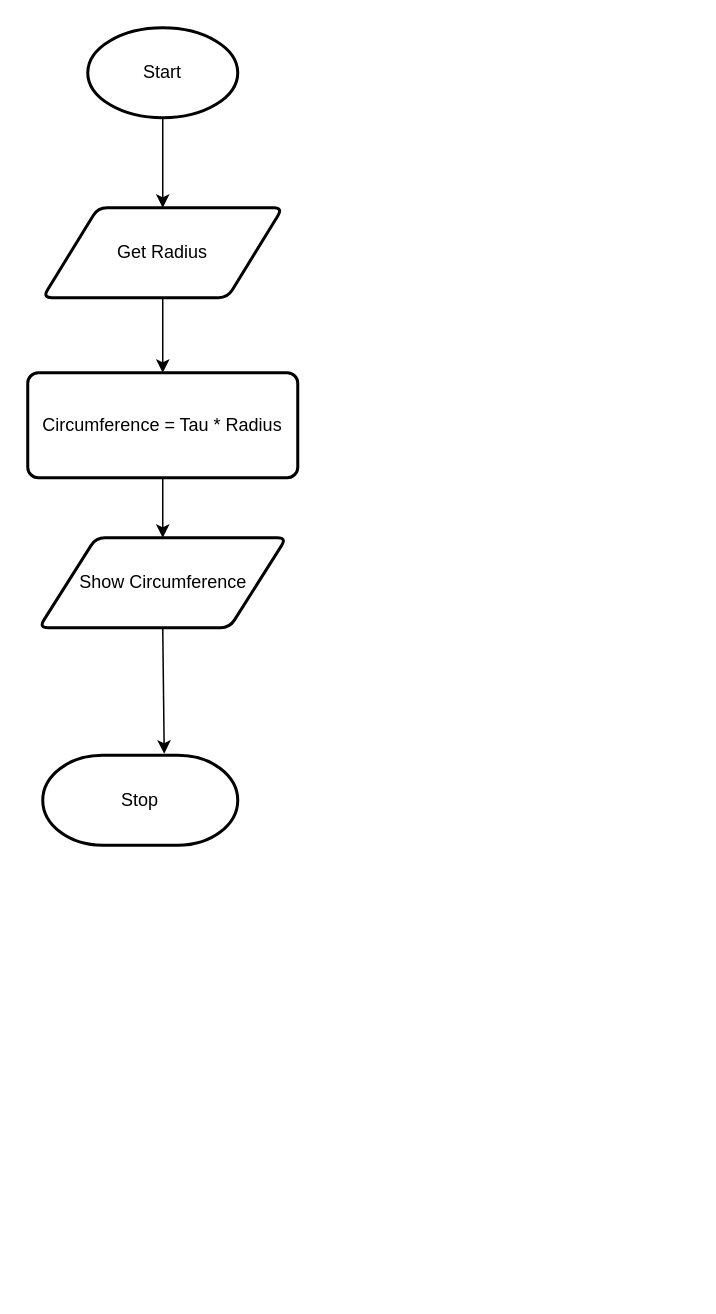
Ethan-Prieur1/ICS3U-Unit3-02-Python keeps this draw.io diagram as flowchart.drawio. Above is the earlier version. Source tidied: cells renumbered, new cells numbered last; positions are measured from the earlier drawing's top-left corner, leaving out a move shared by most shapes. Both pictures are drawn from the tidied source at 150%, with x=0, y=0 at pixel (27, 27).
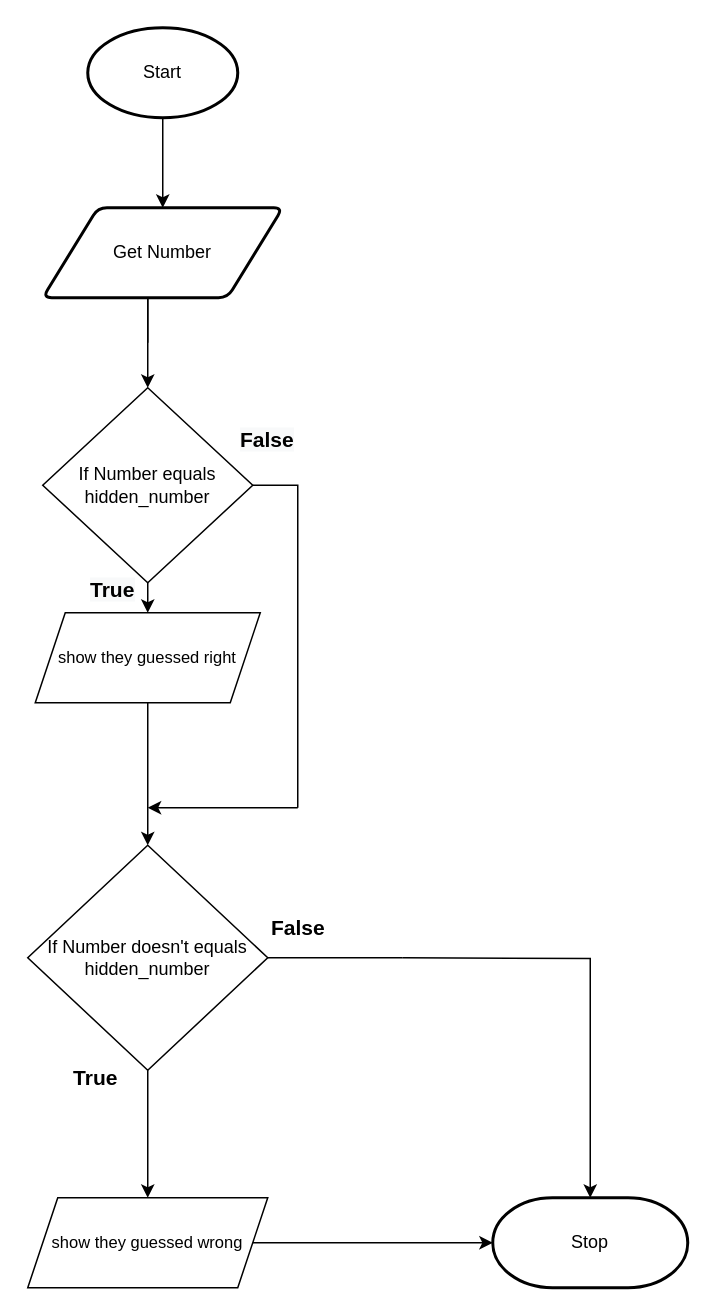
Above is the later version.

Diff of the diagram source:
```diff
@@
-    <mxCell id="4" style="edgeStyle=none;html=1;exitX=0.5;exitY=1;exitDx=0;exitDy=0;entryX=0.5;entryY=0;entryDx=0;entryDy=0;" parent="1" edge="1" source="5" target="7">
-      <mxGeometry relative="1" as="geometry" />
-    </mxCell>
-    <mxCell id="5" value="Get Radius" style="shape=parallelogram;html=1;strokeWidth=2;perimeter=parallelogramPerimeter;whiteSpace=wrap;rounded=1;arcSize=12;size=0.23;" parent="1" vertex="1">
+    <mxCell id="5" value="Get Number" style="shape=parallelogram;html=1;strokeWidth=2;perimeter=parallelogramPerimeter;whiteSpace=wrap;rounded=1;arcSize=12;size=0.23;" parent="1" vertex="1">
       <mxGeometry x="10" y="120" width="160" height="60" as="geometry" />
     </mxCell>
-    <mxCell id="6" style="edgeStyle=none;html=1;exitX=0.5;exitY=1;exitDx=0;exitDy=0;entryX=0.5;entryY=0;entryDx=0;entryDy=0;" parent="1" edge="1" source="7" target="9">
-      <mxGeometry relative="1" as="geometry" />
-    </mxCell>
-    <mxCell id="7" value="Circumference = Tau * Radius" style="rounded=1;whiteSpace=wrap;html=1;absoluteArcSize=1;arcSize=14;strokeWidth=2;" parent="1" vertex="1">
-      <mxGeometry y="230" width="180" height="70" as="geometry" />
-    </mxCell>
+    <mxCell id="10" value="Stop" style="strokeWidth=2;html=1;shape=mxgraph.flowchart.terminator;whiteSpace=wrap;" parent="1" vertex="1">
+      <mxGeometry x="310" y="780" width="130" height="60" as="geometry" />
+    </mxCell>
-    <mxCell id="8" style="edgeStyle=none;html=1;exitX=0.5;exitY=1;exitDx=0;exitDy=0;entryX=0.623;entryY=-0.017;entryDx=0;entryDy=0;entryPerimeter=0;" parent="1" edge="1" source="9" target="10">
-      <mxGeometry relative="1" as="geometry" />
+    <mxCell id="8" value="If Number equals hidden_number" style="rhombus;whiteSpace=wrap;html=1;" parent="1" vertex="1">
+      <mxGeometry x="10" y="240" width="140" height="130" as="geometry" />
     </mxCell>
-    <mxCell id="9" value="Show Circumference" style="shape=parallelogram;html=1;strokeWidth=2;perimeter=parallelogramPerimeter;whiteSpace=wrap;rounded=1;arcSize=12;size=0.23;" parent="1" vertex="1">
-      <mxGeometry x="7.5" y="340" width="165" height="60" as="geometry" />
-    </mxCell>
-    <mxCell id="10" value="Stop" style="strokeWidth=2;html=1;shape=mxgraph.flowchart.terminator;whiteSpace=wrap;" parent="1" vertex="1">
-      <mxGeometry x="10" y="485" width="130" height="60" as="geometry" />
-    </mxCell>
+    <mxCell id="11" style="edgeStyle=none;rounded=1;html=1;labelBackgroundColor=default;fontFamily=Helvetica;fontSize=11;fontColor=default;endArrow=classic;strokeColor=default;elbow=vertical;" parent="1" edge="1" source="12" target="18">
+      <mxGeometry relative="1" as="geometry" />
+    </mxCell>
+    <mxCell id="12" value="If Number doesn't equals hidden_number" style="rhombus;whiteSpace=wrap;html=1;" parent="1" vertex="1">
+      <mxGeometry y="545" width="160" height="150" as="geometry" />
+    </mxCell>
+    <mxCell id="13" style="endArrow=none;html=1;" parent="1" edge="1">
+      <mxGeometry relative="1" as="geometry">
+        <mxPoint x="80" y="210" as="sourcePoint" />
+        <mxPoint x="80" y="180" as="targetPoint" />
+      </mxGeometry>
+    </mxCell>
+    <mxCell id="14" style="endArrow=classic;html=1;rounded=1;labelBackgroundColor=default;fontFamily=Helvetica;fontSize=11;fontColor=default;strokeColor=default;elbow=vertical;" parent="1" edge="1" target="8">
+      <mxGeometry relative="1" as="geometry">
+        <mxPoint x="80" y="180" as="sourcePoint" />
+        <Array as="points">
+          <mxPoint x="80" y="210" />
+        </Array>
+      </mxGeometry>
+    </mxCell>
+    <mxCell id="15" style="edgeStyle=none;rounded=1;html=1;labelBackgroundColor=default;fontFamily=Helvetica;fontSize=11;fontColor=default;endArrow=classic;strokeColor=default;elbow=vertical;" parent="1" edge="1" source="16" target="12">
+      <mxGeometry relative="1" as="geometry" />
+    </mxCell>
+    <mxCell id="16" value="show they guessed right" style="shape=parallelogram;perimeter=parallelogramPerimeter;whiteSpace=wrap;html=1;fixedSize=1;fontFamily=Helvetica;fontSize=11;fontColor=default;" parent="1" vertex="1">
+      <mxGeometry x="5" y="390" width="150" height="60" as="geometry" />
+    </mxCell>
+    <mxCell id="17" style="edgeStyle=none;rounded=1;html=1;labelBackgroundColor=default;fontFamily=Helvetica;fontSize=11;fontColor=default;endArrow=classic;strokeColor=default;elbow=vertical;" parent="1" edge="1" source="18" target="10">
+      <mxGeometry relative="1" as="geometry" />
+    </mxCell>
+    <mxCell id="18" value="show they guessed wrong" style="shape=parallelogram;perimeter=parallelogramPerimeter;whiteSpace=wrap;html=1;fixedSize=1;fontFamily=Helvetica;fontSize=11;fontColor=default;" parent="1" vertex="1">
+      <mxGeometry y="780" width="160" height="60" as="geometry" />
+    </mxCell>
+    <mxCell id="19" style="endArrow=classic;html=1;rounded=1;labelBackgroundColor=default;fontFamily=Helvetica;fontSize=11;fontColor=default;strokeColor=default;elbow=vertical;exitX=0.5;exitY=1;exitDx=0;exitDy=0;entryX=0.5;entryY=0;entryDx=0;entryDy=0;" parent="1" edge="1" source="8" target="16">
+      <mxGeometry relative="1" as="geometry" />
+    </mxCell>
+    <mxCell id="20" style="endArrow=none;html=1;rounded=0;labelBackgroundColor=default;fontFamily=Helvetica;fontSize=11;fontColor=default;strokeColor=default;elbow=vertical;exitX=1;exitY=0.5;exitDx=0;exitDy=0;" parent="1" edge="1" source="8">
+      <mxGeometry relative="1" as="geometry">
+        <mxPoint x="180" y="510" as="targetPoint" />
+        <Array as="points">
+          <mxPoint x="180" y="305" />
+          <mxPoint x="180" y="520" />
+        </Array>
+      </mxGeometry>
+    </mxCell>
+    <mxCell id="21" style="endArrow=classic;html=1;rounded=1;labelBackgroundColor=default;fontFamily=Helvetica;fontSize=11;fontColor=default;strokeColor=default;elbow=vertical;" parent="1" edge="1">
+      <mxGeometry relative="1" as="geometry">
+        <mxPoint x="180" y="520" as="sourcePoint" />
+        <mxPoint x="80" y="520" as="targetPoint" />
+      </mxGeometry>
+    </mxCell>
+    <mxCell id="22" style="endArrow=none;html=1;rounded=0;labelBackgroundColor=default;fontFamily=Helvetica;fontSize=11;fontColor=default;strokeColor=default;elbow=vertical;exitX=1;exitY=0.5;exitDx=0;exitDy=0;" parent="1" edge="1" source="12">
+      <mxGeometry relative="1" as="geometry">
+        <mxPoint x="250" y="620" as="targetPoint" />
+      </mxGeometry>
+    </mxCell>
+    <mxCell id="23" style="endArrow=classic;html=1;rounded=0;labelBackgroundColor=default;fontFamily=Helvetica;fontSize=11;fontColor=default;strokeColor=default;elbow=vertical;entryX=0.5;entryY=0;entryDx=0;entryDy=0;entryPerimeter=0;edgeStyle=orthogonalEdgeStyle;" parent="1" edge="1" target="10">
+      <mxGeometry relative="1" as="geometry">
+        <mxPoint x="250" y="620" as="sourcePoint" />
+      </mxGeometry>
+    </mxCell>
+    <mxCell id="24" value="&lt;font style=&quot;font-size: 14px&quot;&gt;&lt;b&gt;False&lt;/b&gt;&lt;/font&gt;" style="text;html=1;align=center;verticalAlign=middle;strokeColor=none;fillColor=none;fontSize=11;fontFamily=Helvetica;fontColor=default;" parent="1" vertex="1">
+      <mxGeometry x="155" y="590" width="50" height="20" as="geometry" />
+    </mxCell>
+    <mxCell id="25" value="&lt;b style=&quot;color: rgb(0, 0, 0); font-family: helvetica; font-size: 14px; font-style: normal; letter-spacing: normal; text-align: center; text-indent: 0px; text-transform: none; word-spacing: 0px; background-color: rgb(248, 249, 250);&quot;&gt;False&lt;/b&gt;" style="text;whiteSpace=wrap;html=1;fontSize=14;fontFamily=Helvetica;fontColor=default;" parent="1" vertex="1">
+      <mxGeometry x="140" y="260" width="60" height="30" as="geometry" />
+    </mxCell>
+    <mxCell id="26" value="&lt;b&gt;True&lt;/b&gt;" style="text;html=1;align=center;verticalAlign=middle;strokeColor=none;fillColor=none;fontSize=14;fontFamily=Helvetica;fontColor=default;" parent="1" vertex="1">
+      <mxGeometry x="20" y="690" width="50" height="20" as="geometry" />
+    </mxCell>
+    <mxCell id="27" value="&lt;b style=&quot;color: rgb(0, 0, 0); font-family: helvetica; font-size: 14px; font-style: normal; letter-spacing: normal; text-align: center; text-indent: 0px; text-transform: none; word-spacing: 0px; background-color: rgb(248, 249, 250);&quot;&gt;True&lt;/b&gt;" style="text;whiteSpace=wrap;html=1;fontSize=14;fontFamily=Helvetica;fontColor=default;" parent="1" vertex="1">
+      <mxGeometry x="40" y="360" width="60" height="30" as="geometry" />
+    </mxCell>
```
